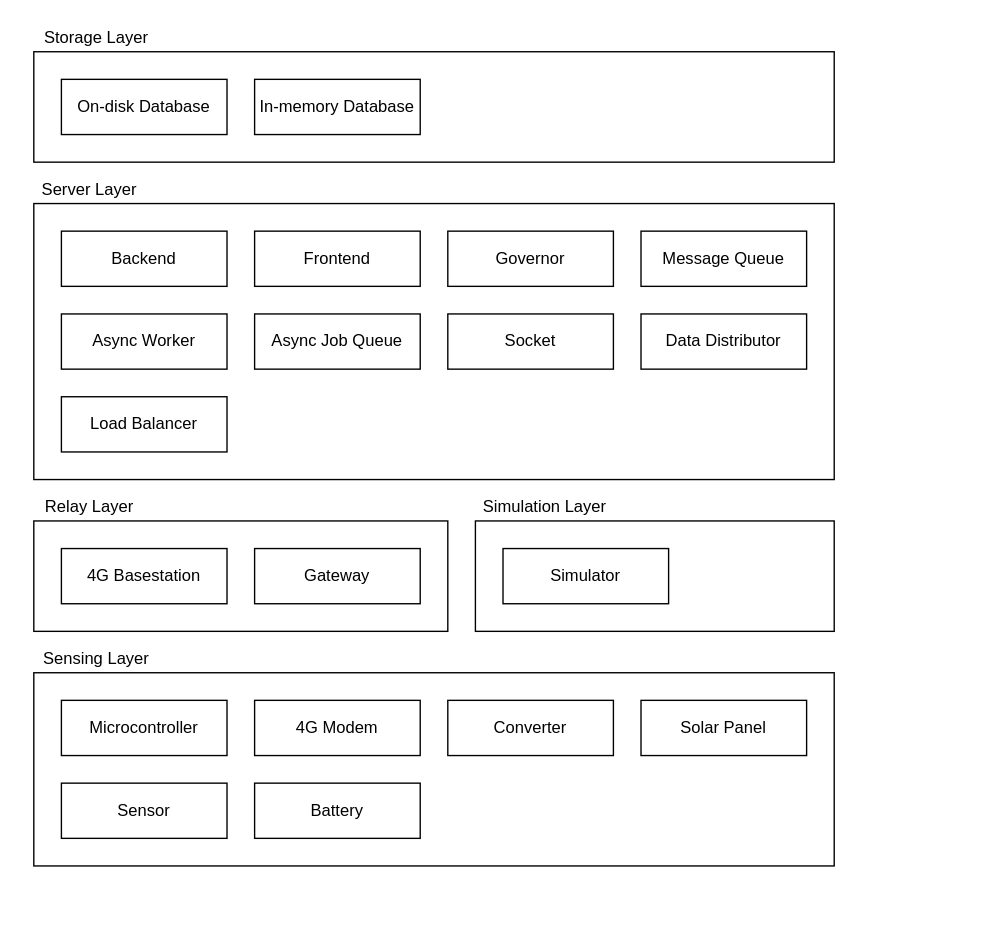
Above: drawios/c3-concept-1.drawio in Zachaccino/Thesis-Paper (draw.io), before the change. Source tidied: cells renumbered, new cells numbered last; positions are measured from the earlier drawing's top-left corner, leaving out a move shared by most shapes. Both pictures are drawn from the tidied source at 138%, with x=0, y=0 at pixel (33, 23).
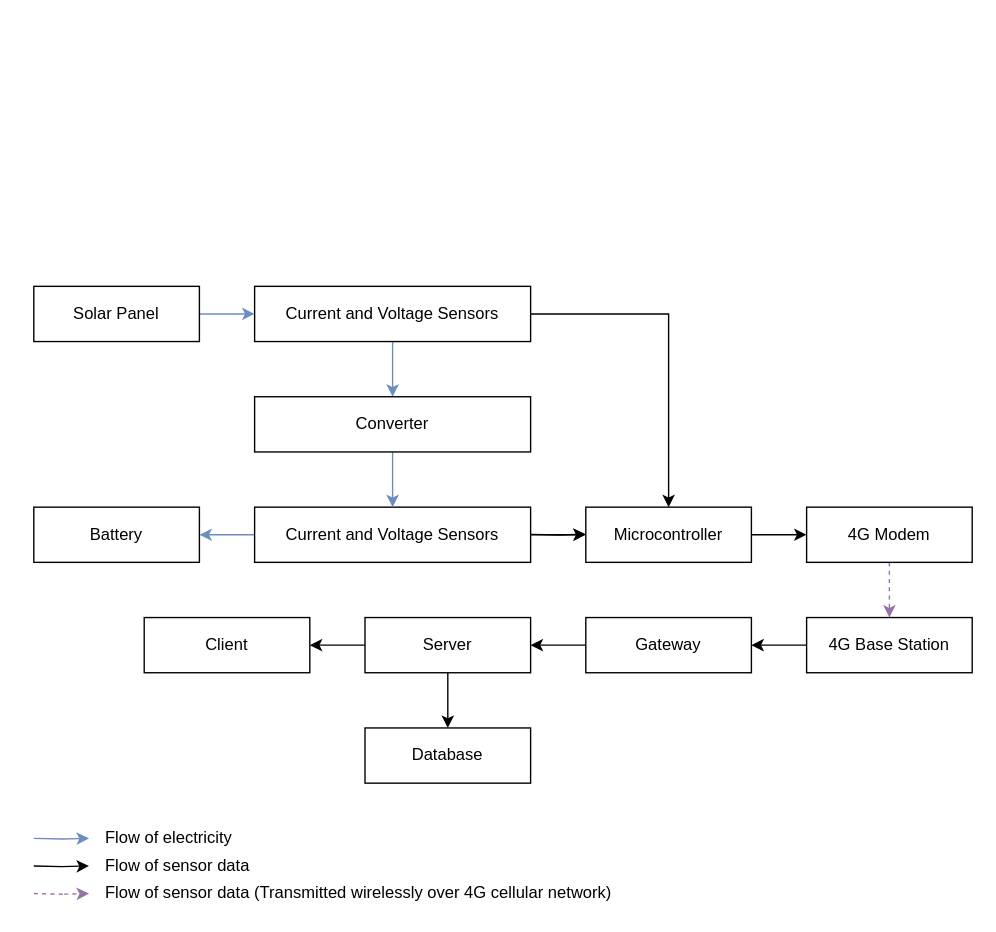
Above is the later version.

Diff of the diagram source:
```diff
@@
-    <mxCell id="2" style="rounded=0;whiteSpace=wrap;html=1;" parent="1" vertex="1">
-      <mxGeometry y="470" width="580" height="140" as="geometry" />
-    </mxCell>
-    <mxCell id="3" value="Sensing Layer" style="text;html=1;align=center;verticalAlign=middle;" parent="1" vertex="1">
-      <mxGeometry y="450" width="90" height="20" as="geometry" />
-    </mxCell>
+    <mxCell id="32" style="edgeStyle=orthogonalEdgeStyle;rounded=0;jettySize=auto;html=1;exitX=1;exitY=0.5;exitDx=0;exitDy=0;entryX=0.5;entryY=0;entryDx=0;entryDy=0;" parent="1" edge="1" source="34" target="4">
+      <mxGeometry relative="1" as="geometry" />
+    </mxCell>
+    <mxCell id="33" style="edgeStyle=orthogonalEdgeStyle;rounded=0;jettySize=auto;html=1;exitX=0.5;exitY=1;exitDx=0;exitDy=0;entryX=0.5;entryY=0;entryDx=0;entryDy=0;fillColor=#dae8fc;strokeColor=#6c8ebf;" parent="1" edge="1" source="34" target="6">
+      <mxGeometry relative="1" as="geometry" />
+    </mxCell>
+    <mxCell id="34" value="Current and Voltage Sensors" style="rounded=0;whiteSpace=wrap;html=1;" parent="1" vertex="1">
+      <mxGeometry x="160" y="190" width="200" height="40" as="geometry" />
+    </mxCell>
+    <mxCell id="35" style="edgeStyle=orthogonalEdgeStyle;rounded=0;jettySize=auto;html=1;exitX=1;exitY=0.5;exitDx=0;exitDy=0;" parent="1" edge="1" source="4" target="5">
+      <mxGeometry relative="1" as="geometry" />
+    </mxCell>
     <mxCell id="4" value="Microcontroller" style="rounded=0;whiteSpace=wrap;html=1;" parent="1" vertex="1">
-      <mxGeometry x="20" y="490" width="120" height="40" as="geometry" />
+      <mxGeometry x="400" y="350" width="120" height="40" as="geometry" />
     </mxCell>
+    <mxCell id="36" style="edgeStyle=orthogonalEdgeStyle;rounded=0;jettySize=auto;html=1;exitX=0.5;exitY=1;exitDx=0;exitDy=0;entryX=0.5;entryY=0;entryDx=0;entryDy=0;dashed=1;fillColor=#e1d5e7;strokeColor=#9673a6;" parent="1" edge="1" source="5" target="38">
+      <mxGeometry relative="1" as="geometry" />
+    </mxCell>
     <mxCell id="5" value="4G Modem" style="rounded=0;whiteSpace=wrap;html=1;" parent="1" vertex="1">
-      <mxGeometry x="160" y="490" width="120" height="40" as="geometry" />
+      <mxGeometry x="560" y="350" width="120" height="40" as="geometry" />
     </mxCell>
+    <mxCell id="37" style="edgeStyle=orthogonalEdgeStyle;rounded=0;jettySize=auto;html=1;exitX=0;exitY=0.5;exitDx=0;exitDy=0;entryX=1;entryY=0.5;entryDx=0;entryDy=0;" parent="1" edge="1" source="38" target="13">
+      <mxGeometry relative="1" as="geometry" />
+    </mxCell>
+    <mxCell id="38" value="4G Base Station" style="rounded=0;whiteSpace=wrap;html=1;" parent="1" vertex="1">
+      <mxGeometry x="560" y="430" width="120" height="40" as="geometry" />
+    </mxCell>
+    <mxCell id="39" style="edgeStyle=orthogonalEdgeStyle;rounded=0;jettySize=auto;html=1;exitX=0;exitY=0.5;exitDx=0;exitDy=0;" parent="1" edge="1" source="13" target="43">
+      <mxGeometry relative="1" as="geometry" />
+    </mxCell>
+    <mxCell id="13" value="Gateway" style="rounded=0;whiteSpace=wrap;html=1;" parent="1" vertex="1">
+      <mxGeometry x="400" y="430" width="120" height="40" as="geometry" />
+    </mxCell>
+    <mxCell id="40" value="Client" style="rounded=0;whiteSpace=wrap;html=1;" parent="1" vertex="1">
+      <mxGeometry x="80" y="430" width="120" height="40" as="geometry" />
+    </mxCell>
+    <mxCell id="41" style="edgeStyle=orthogonalEdgeStyle;rounded=0;jettySize=auto;html=1;exitX=0.5;exitY=1;exitDx=0;exitDy=0;entryX=0.5;entryY=0;entryDx=0;entryDy=0;" parent="1" edge="1" source="43" target="44">
+      <mxGeometry relative="1" as="geometry" />
+    </mxCell>
+    <mxCell id="42" style="edgeStyle=orthogonalEdgeStyle;rounded=0;jettySize=auto;html=1;exitX=0;exitY=0.5;exitDx=0;exitDy=0;" parent="1" edge="1" source="43" target="40">
+      <mxGeometry relative="1" as="geometry" />
+    </mxCell>
+    <mxCell id="43" value="Server" style="rounded=0;whiteSpace=wrap;html=1;" parent="1" vertex="1">
+      <mxGeometry x="240" y="430" width="120" height="40" as="geometry" />
+    </mxCell>
+    <mxCell id="44" value="Database" style="rounded=0;whiteSpace=wrap;html=1;" parent="1" vertex="1">
+      <mxGeometry x="240" y="510" width="120" height="40" as="geometry" />
+    </mxCell>
+    <mxCell id="45" style="edgeStyle=orthogonalEdgeStyle;rounded=0;jettySize=auto;html=1;exitX=1;exitY=0.5;exitDx=0;exitDy=0;entryX=0;entryY=0.5;entryDx=0;entryDy=0;" parent="1" edge="1" source="47" target="4">
+      <mxGeometry relative="1" as="geometry" />
+    </mxCell>
+    <mxCell id="46" style="edgeStyle=orthogonalEdgeStyle;rounded=0;jettySize=auto;html=1;exitX=0;exitY=0.5;exitDx=0;exitDy=0;entryX=1;entryY=0.5;entryDx=0;entryDy=0;fillColor=#dae8fc;strokeColor=#6c8ebf;" parent="1" edge="1" source="47" target="9">
+      <mxGeometry relative="1" as="geometry" />
+    </mxCell>
+    <mxCell id="47" value="Current and Voltage Sensors" style="rounded=0;whiteSpace=wrap;html=1;" parent="1" vertex="1">
+      <mxGeometry x="160" y="350" width="200" height="40" as="geometry" />
+    </mxCell>
+    <mxCell id="48" style="edgeStyle=orthogonalEdgeStyle;rounded=0;jettySize=auto;html=1;exitX=0.5;exitY=1;exitDx=0;exitDy=0;entryX=0.5;entryY=0;entryDx=0;entryDy=0;fillColor=#dae8fc;strokeColor=#6c8ebf;" parent="1" edge="1" source="6" target="47">
+      <mxGeometry relative="1" as="geometry" />
+    </mxCell>
-    <mxCell id="6" value="Converter" style="rounded=0;whiteSpace=wrap;html=1;" parent="1" vertex="1">
-      <mxGeometry x="300" y="490" width="120" height="40" as="geometry" />
+    <mxCell id="6" value="Converter" style="rounded=0;whiteSpace=wrap;html=1;fillColor=#ffffff;" parent="1" vertex="1">
+      <mxGeometry x="160" y="270" width="200" height="40" as="geometry" />
     </mxCell>
+    <mxCell id="49" style="edgeStyle=orthogonalEdgeStyle;rounded=0;jettySize=auto;html=1;exitX=1;exitY=0.5;exitDx=0;exitDy=0;entryX=0;entryY=0.5;entryDx=0;entryDy=0;fillColor=#dae8fc;strokeColor=#6c8ebf;" parent="1" edge="1" source="7" target="34">
+      <mxGeometry relative="1" as="geometry" />
+    </mxCell>
-    <mxCell id="7" value="Solar Panel" style="rounded=0;whiteSpace=wrap;html=1;" parent="1" vertex="1">
-      <mxGeometry x="440" y="490" width="120" height="40" as="geometry" />
+    <mxCell id="7" value="Solar Panel" style="rounded=0;whiteSpace=wrap;html=1;fillColor=#ffffff;" parent="1" vertex="1">
+      <mxGeometry y="190" width="120" height="40" as="geometry" />
     </mxCell>
-    <mxCell id="8" value="Sensor" style="rounded=0;whiteSpace=wrap;html=1;" parent="1" vertex="1">
-      <mxGeometry x="20" y="550" width="120" height="40" as="geometry" />
-    </mxCell>
-    <mxCell id="9" value="Battery" style="rounded=0;whiteSpace=wrap;html=1;" parent="1" vertex="1">
-      <mxGeometry x="160" y="550" width="120" height="40" as="geometry" />
+    <mxCell id="9" value="Battery" style="rounded=0;whiteSpace=wrap;html=1;fillColor=#ffffff;" parent="1" vertex="1">
+      <mxGeometry y="350" width="120" height="40" as="geometry" />
     </mxCell>
-    <mxCell id="10" style="rounded=0;whiteSpace=wrap;html=1;" parent="1" vertex="1">
-      <mxGeometry y="360" width="300" height="80" as="geometry" />
-    </mxCell>
-    <mxCell id="11" value="Relay Layer" style="text;html=1;align=center;verticalAlign=middle;" parent="1" vertex="1">
-      <mxGeometry y="340" width="80" height="20" as="geometry" />
-    </mxCell>
-    <mxCell id="12" value="4G Basestation" style="rounded=0;whiteSpace=wrap;html=1;" parent="1" vertex="1">
-      <mxGeometry x="20" y="380" width="120" height="40" as="geometry" />
-    </mxCell>
-    <mxCell id="13" value="Gateway" style="rounded=0;whiteSpace=wrap;html=1;" parent="1" vertex="1">
-      <mxGeometry x="160" y="380" width="120" height="40" as="geometry" />
-    </mxCell>
-    <mxCell id="14" style="rounded=0;whiteSpace=wrap;html=1;" parent="1" vertex="1">
-      <mxGeometry y="130" width="580" height="200" as="geometry" />
-    </mxCell>
-    <mxCell id="15" value="Server Layer" style="text;html=1;align=center;verticalAlign=middle;" parent="1" vertex="1">
-      <mxGeometry y="110" width="80" height="20" as="geometry" />
-    </mxCell>
-    <mxCell id="16" value="Backend" style="rounded=0;whiteSpace=wrap;html=1;" parent="1" vertex="1">
-      <mxGeometry x="20" y="150" width="120" height="40" as="geometry" />
-    </mxCell>
-    <mxCell id="17" value="Frontend" style="rounded=0;whiteSpace=wrap;html=1;" parent="1" vertex="1">
-      <mxGeometry x="160" y="150" width="120" height="40" as="geometry" />
-    </mxCell>
-    <mxCell id="18" value="Governor" style="rounded=0;whiteSpace=wrap;html=1;" parent="1" vertex="1">
-      <mxGeometry x="300" y="150" width="120" height="40" as="geometry" />
-    </mxCell>
-    <mxCell id="19" value="Message Queue" style="rounded=0;whiteSpace=wrap;html=1;" parent="1" vertex="1">
-      <mxGeometry x="440" y="150" width="120" height="40" as="geometry" />
-    </mxCell>
-    <mxCell id="20" value="Async Worker" style="rounded=0;whiteSpace=wrap;html=1;" parent="1" vertex="1">
-      <mxGeometry x="20" y="210" width="120" height="40" as="geometry" />
-    </mxCell>
-    <mxCell id="21" value="Async Job Queue" style="rounded=0;whiteSpace=wrap;html=1;" parent="1" vertex="1">
-      <mxGeometry x="160" y="210" width="120" height="40" as="geometry" />
-    </mxCell>
-    <mxCell id="22" style="rounded=0;whiteSpace=wrap;html=1;" parent="1" vertex="1">
-      <mxGeometry y="20" width="580" height="80" as="geometry" />
-    </mxCell>
-    <mxCell id="23" value="Storage Layer" style="text;html=1;align=center;verticalAlign=middle;" parent="1" vertex="1">
-      <mxGeometry width="90" height="20" as="geometry" />
-    </mxCell>
-    <mxCell id="24" value="On-disk Database" style="rounded=0;whiteSpace=wrap;html=1;" parent="1" vertex="1">
-      <mxGeometry x="20" y="40" width="120" height="40" as="geometry" />
-    </mxCell>
-    <mxCell id="25" value="In-memory Database" style="rounded=0;whiteSpace=wrap;html=1;" parent="1" vertex="1">
-      <mxGeometry x="160" y="40" width="120" height="40" as="geometry" />
-    </mxCell>
-    <mxCell id="26" value="Socket" style="rounded=0;whiteSpace=wrap;html=1;" parent="1" vertex="1">
-      <mxGeometry x="300" y="210" width="120" height="40" as="geometry" />
-    </mxCell>
-    <mxCell id="27" value="Data Distributor" style="rounded=0;whiteSpace=wrap;html=1;" parent="1" vertex="1">
-      <mxGeometry x="440" y="210" width="120" height="40" as="geometry" />
-    </mxCell>
-    <mxCell id="28" value="Load Balancer" style="rounded=0;whiteSpace=wrap;html=1;" parent="1" vertex="1">
-      <mxGeometry x="20" y="270" width="120" height="40" as="geometry" />
-    </mxCell>
-    <mxCell id="29" style="rounded=0;whiteSpace=wrap;html=1;" parent="1" vertex="1">
-      <mxGeometry x="320" y="360" width="260" height="80" as="geometry" />
-    </mxCell>
-    <mxCell id="30" value="Simulation Layer" style="text;html=1;align=center;verticalAlign=middle;" parent="1" vertex="1">
-      <mxGeometry x="320" y="340" width="100" height="20" as="geometry" />
-    </mxCell>
-    <mxCell id="31" value="Simulator" style="rounded=0;whiteSpace=wrap;html=1;" parent="1" vertex="1">
-      <mxGeometry x="340" y="380" width="120" height="40" as="geometry" />
-    </mxCell>
+    <mxCell id="50" style="edgeStyle=orthogonalEdgeStyle;rounded=0;orthogonalLoop=1;jettySize=auto;html=1;exitX=1;exitY=0.5;exitDx=0;exitDy=0;entryX=0;entryY=0.5;entryDx=0;entryDy=0;" parent="1" edge="1">
+      <mxGeometry relative="1" as="geometry">
+        <mxPoint x="360" y="369.7" as="sourcePoint" />
+        <mxPoint x="400" y="369.7" as="targetPoint" />
+      </mxGeometry>
+    </mxCell>
+    <mxCell id="51" style="edgeStyle=orthogonalEdgeStyle;rounded=0;orthogonalLoop=1;jettySize=auto;html=1;exitX=1;exitY=0.5;exitDx=0;exitDy=0;entryX=0;entryY=0.5;entryDx=0;entryDy=0;fillColor=#dae8fc;strokeColor=#6c8ebf;" parent="1" edge="1">
+      <mxGeometry relative="1" as="geometry">
+        <mxPoint y="590" as="sourcePoint" />
+        <mxPoint x="40" y="590" as="targetPoint" />
+      </mxGeometry>
+    </mxCell>
+    <mxCell id="52" value="Flow of electricity" style="text;html=1;align=left;verticalAlign=middle;" parent="1" vertex="1">
+      <mxGeometry x="50" y="580" width="110" height="20" as="geometry" />
+    </mxCell>
+    <mxCell id="53" style="edgeStyle=orthogonalEdgeStyle;rounded=0;orthogonalLoop=1;jettySize=auto;html=1;exitX=1;exitY=0.5;exitDx=0;exitDy=0;entryX=0;entryY=0.5;entryDx=0;entryDy=0;" parent="1" edge="1">
+      <mxGeometry relative="1" as="geometry">
+        <mxPoint y="610" as="sourcePoint" />
+        <mxPoint x="40" y="610" as="targetPoint" />
+      </mxGeometry>
+    </mxCell>
+    <mxCell id="54" value="Flow of sensor data" style="text;html=1;align=left;verticalAlign=middle;" parent="1" vertex="1">
+      <mxGeometry x="50" y="600" width="120" height="20" as="geometry" />
+    </mxCell>
+    <mxCell id="55" style="edgeStyle=orthogonalEdgeStyle;rounded=0;orthogonalLoop=1;jettySize=auto;html=1;entryX=0.5;entryY=0;entryDx=0;entryDy=0;dashed=1;fillColor=#e1d5e7;strokeColor=#9673a6;" parent="1" edge="1">
+      <mxGeometry relative="1" as="geometry">
+        <mxPoint y="630" as="sourcePoint" />
+        <mxPoint x="40" y="630" as="targetPoint" />
+      </mxGeometry>
+    </mxCell>
+    <mxCell id="56" value="Flow of sensor data (Transmitted wirelessly over 4G cellular network)" style="text;html=1;align=left;verticalAlign=middle;" parent="1" vertex="1">
+      <mxGeometry x="50" y="620" width="380" height="20" as="geometry" />
+    </mxCell>
```
